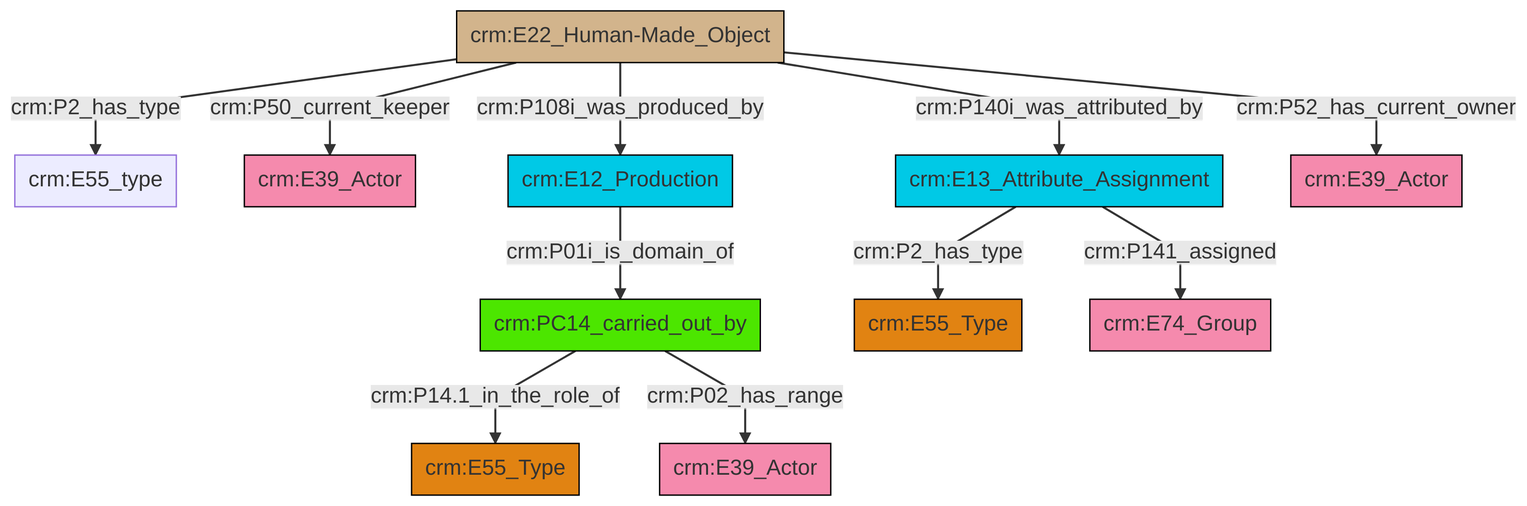
This is et/artworkCSV/ttl/mmd/png/Artwork_Actor_Relations.png from swiss-art-research-net/reference-data-models, a Mermaid export, as it was before one commit. Its source is kept beside it as et/artworkCSV/ttl/mmd/Artwork_Actor_Relations.ttl.mmd.
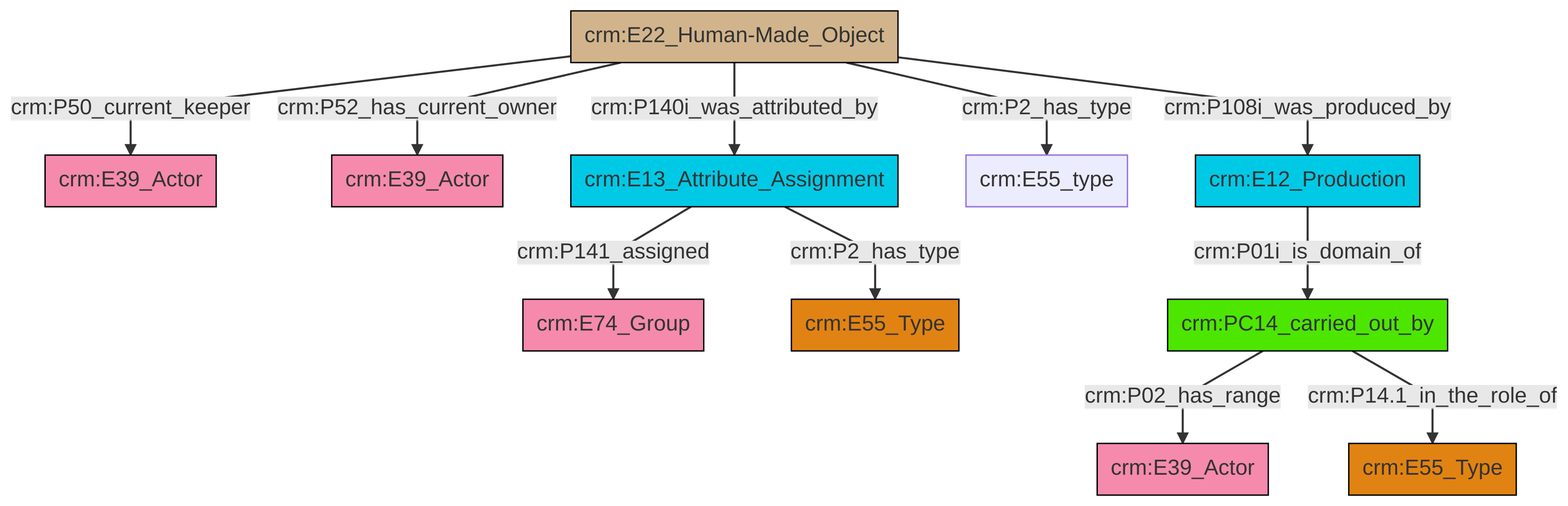
Later version of the same file.

Change to the diagram source:
```diff
@@ -13,13 +13,13 @@
 classDef PC_Classes fill:#4ce600, stroke:#000000;
 classDef Multi fill:#cccccc,stroke:#000000;
 
-2["crm:E22_Human-Made_Object"]:::Physical_Thing -->|crm:P50_current_keeper| 3["crm:E39_Actor"]:::Actor
-6["crm:PC14_carried_out_by"]:::PC_Classes -->|crm:P14.1_in_the_role_of| 7["crm:E55_Type"]:::Type
-8["crm:E12_Production"]:::Temporal_Entity -->|crm:P01i_is_domain_of| 6["crm:PC14_carried_out_by"]:::PC_Classes
-2["crm:E22_Human-Made_Object"]:::Physical_Thing -->|crm:P108i_was_produced_by| 8["crm:E12_Production"]:::Temporal_Entity
-2["crm:E22_Human-Made_Object"]:::Physical_Thing -->|crm:P140i_was_attributed_by| 11["crm:E13_Attribute_Assignment"]:::Temporal_Entity
-11["crm:E13_Attribute_Assignment"]:::Temporal_Entity -->|crm:P141_assigned| 19["crm:E74_Group"]:::Actor
-2["crm:E22_Human-Made_Object"]:::Physical_Thing -->|crm:P52_has_current_owner| 17["crm:E39_Actor"]:::Actor
-11["crm:E13_Attribute_Assignment"]:::Temporal_Entity -->|crm:P2_has_type| 15["crm:E55_Type"]:::Type
-2["crm:E22_Human-Made_Object"]:::Physical_Thing -->|crm:P2_has_type| 0["crm:E55_type"]:::Default
-6["crm:PC14_carried_out_by"]:::PC_Classes -->|crm:P02_has_range| 4["crm:E39_Actor"]:::Actor
+2["crm:E22_Human-Made_Object"]:::Physical_Thing -->|crm:P52_has_current_owner| 3["crm:E39_Actor"]:::Actor
+4["crm:E13_Attribute_Assignment"]:::Temporal_Entity -->|crm:P141_assigned| 7["crm:E74_Group"]:::Actor
+2["crm:E22_Human-Made_Object"]:::Physical_Thing -->|crm:P2_has_type| 8["crm:E55_type"]:::Default
+4["crm:E13_Attribute_Assignment"]:::Temporal_Entity -->|crm:P2_has_type| 9["crm:E55_Type"]:::Type
+10["crm:PC14_carried_out_by"]:::PC_Classes -->|crm:P02_has_range| 11["crm:E39_Actor"]:::Actor
+2["crm:E22_Human-Made_Object"]:::Physical_Thing -->|crm:P140i_was_attributed_by| 4["crm:E13_Attribute_Assignment"]:::Temporal_Entity
+10["crm:PC14_carried_out_by"]:::PC_Classes -->|crm:P14.1_in_the_role_of| 14["crm:E55_Type"]:::Type
+2["crm:E22_Human-Made_Object"]:::Physical_Thing -->|crm:P50_current_keeper| 0["crm:E39_Actor"]:::Actor
+2["crm:E22_Human-Made_Object"]:::Physical_Thing -->|crm:P108i_was_produced_by| 16["crm:E12_Production"]:::Temporal_Entity
+16["crm:E12_Production"]:::Temporal_Entity -->|crm:P01i_is_domain_of| 10["crm:PC14_carried_out_by"]:::PC_Classes
```
